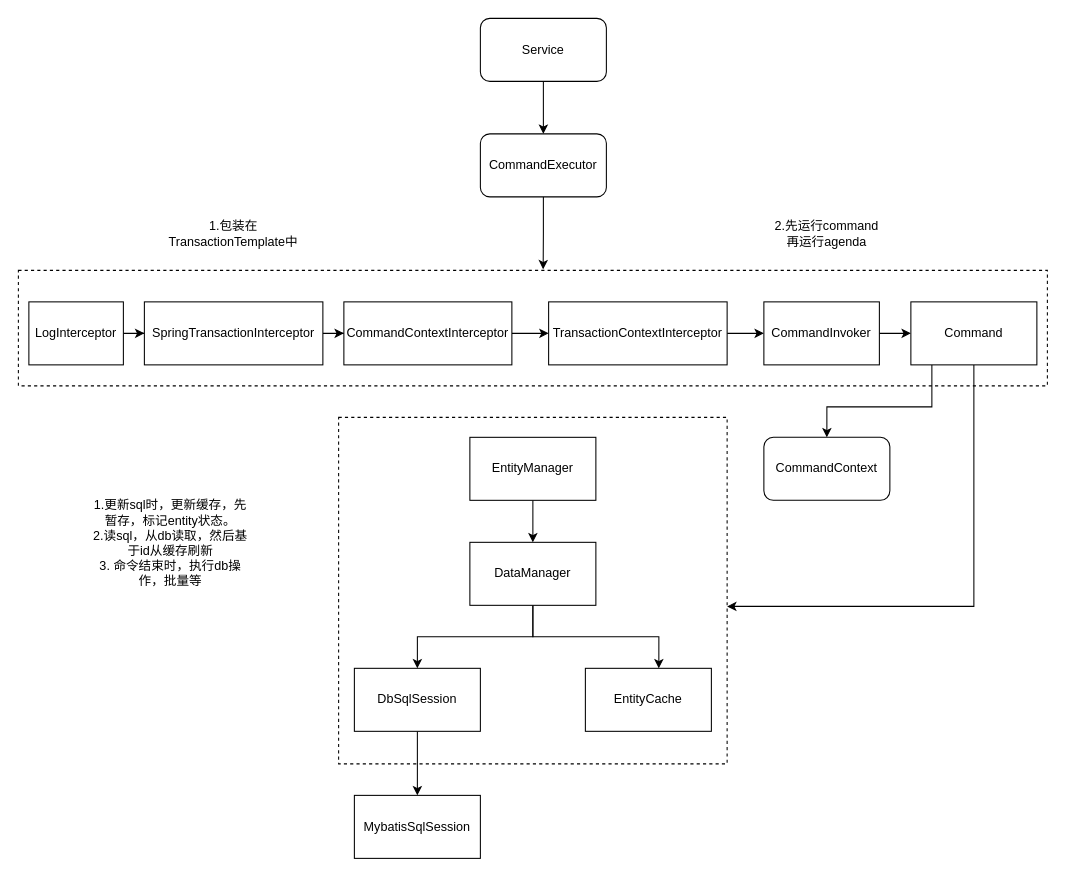
This is activiti.drawio from jessin20161124/javase1, a draw.io file, before an edit. Source tidied: cells renumbered, new cells numbered last; positions are measured from the earlier drawing's top-left corner, leaving out a move shared by most shapes. Both pictures are drawn from the tidied source at 105%, with x=0, y=0 at pixel (18, 18).
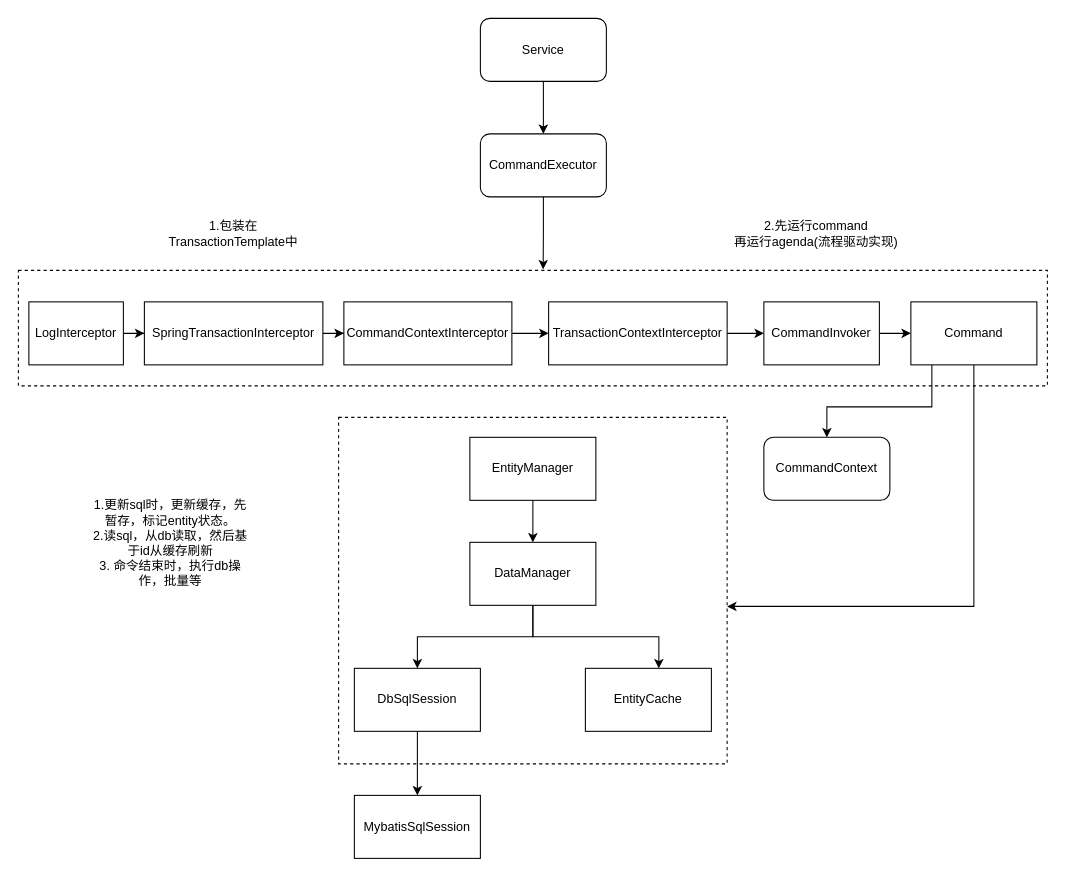
After the change.

The edit, as a diff of the source:
```diff
@@
-    <mxCell id="33" value="2.先运行command&lt;br&gt;再运行agenda" style="text;html=1;strokeColor=none;fillColor=none;align=center;verticalAlign=middle;whiteSpace=wrap;rounded=0;" parent="1" vertex="1">
-      <mxGeometry x="700" y="190" width="140" height="30" as="geometry" />
+    <mxCell id="33" value="2.先运行command&lt;br&gt;再运行agenda(流程驱动实现)" style="text;html=1;strokeColor=none;fillColor=none;align=center;verticalAlign=middle;whiteSpace=wrap;rounded=0;" parent="1" vertex="1">
+      <mxGeometry x="670" y="190" width="180" height="30" as="geometry" />
     </mxCell>
```
